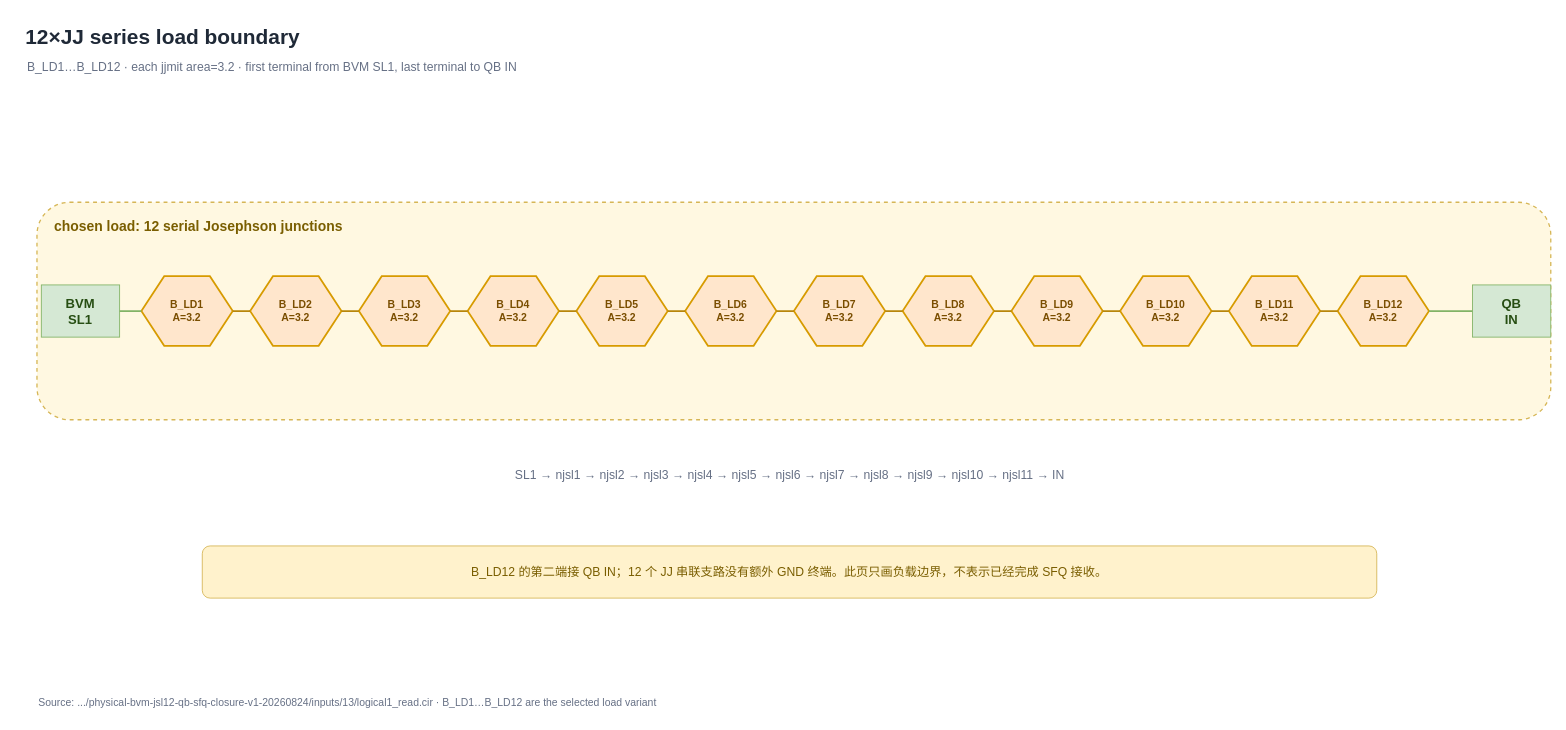
Above: page "12JJ load boundary" (3 of 3) of circuits/toplogy/bvm-jsl12-topology.drawio in WHHoward/bvm (draw.io), before the change. Source tidied: cells renumbered, new cells numbered last; positions are measured from the earlier drawing's top-left corner, leaving out a move shared by most shapes. Both pictures are drawn from the tidied source at 87%, with x=0, y=0 at pixel (23, 19).
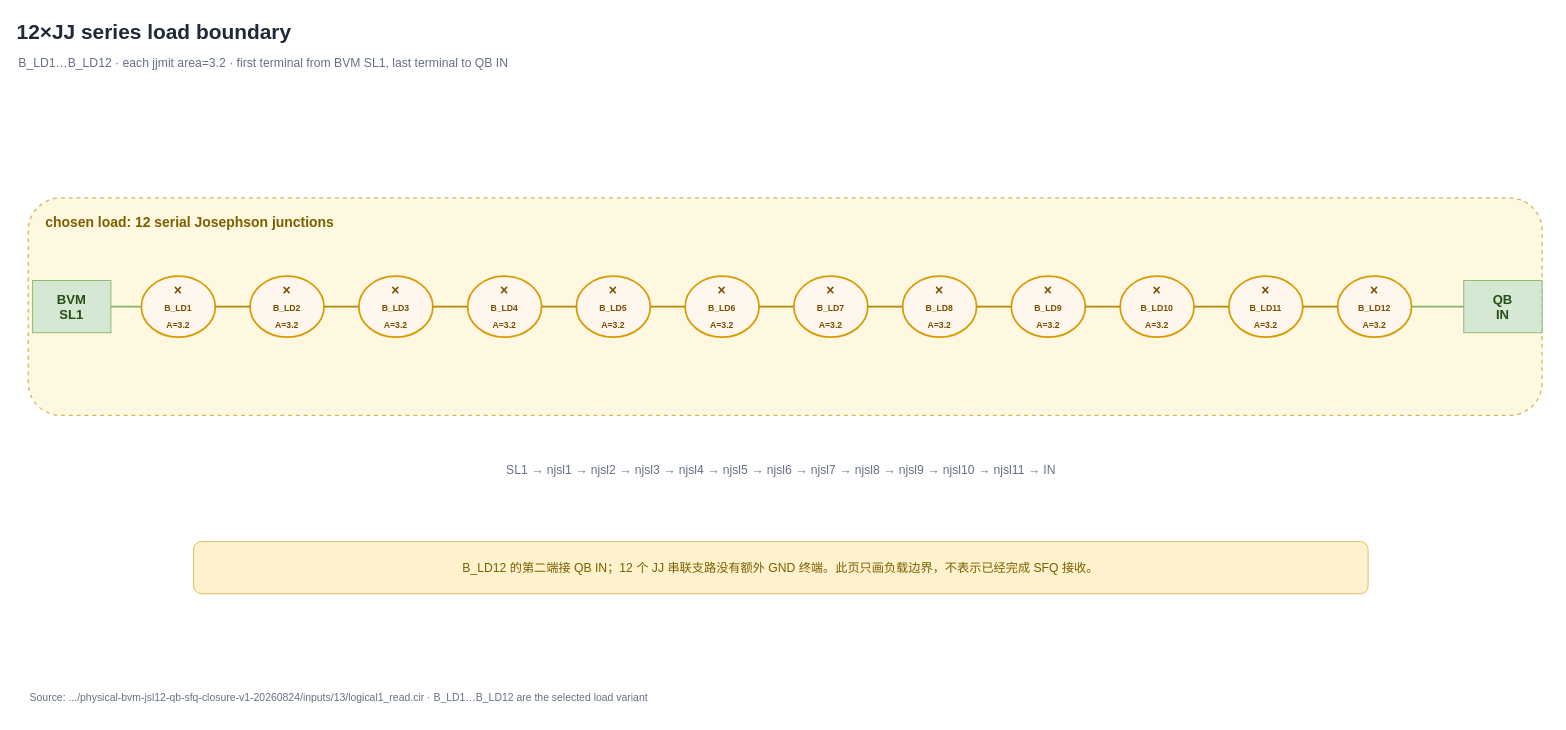
The same page after the edit.

Diff of the diagram source:
```diff
@@
     <mxCell id="2" value="12×JJ series load boundary" style="text;html=1;strokeColor=none;fillColor=none;align=left;verticalAlign=middle;fontSize=24;fontStyle=1;fontColor=#1f2937;" parent="1" vertex="1">
-      <mxGeometry width="800" height="40" as="geometry" />
+      <mxGeometry x="-10" y="-5" width="800" height="40" as="geometry" />
     </mxCell>
     <mxCell id="3" value="B_LD1…B_LD12 · each jjmit area=3.2 · first terminal from BVM SL1, last terminal to QB IN" style="text;html=1;strokeColor=none;fillColor=none;align=left;verticalAlign=middle;fontSize=14;fontColor=#667085;" parent="1" vertex="1">
-      <mxGeometry x="2" y="40" width="1300" height="30" as="geometry" />
+      <mxGeometry x="-8" y="35" width="1300" height="30" as="geometry" />
     </mxCell>
     <mxCell id="4" value="chosen load: 12 serial Josephson junctions" style="rounded=1;whiteSpace=wrap;html=1;fillColor=#fff8e1;strokeColor=#d6b656;dashed=1;strokeWidth=1.5;fontSize=16;fontStyle=1;fontColor=#7a5e00;verticalAlign=top;align=left;spacingLeft=18;spacingTop=12;" parent="1" vertex="1">
-      <mxGeometry x="15" y="210" width="1740" height="250" as="geometry" />
+      <mxGeometry x="5" y="205" width="1740" height="250" as="geometry" />
     </mxCell>
     <mxCell id="5" value="BVM&lt;br&gt;SL1" style="rounded=0;whiteSpace=wrap;html=1;fillColor=#d5e8d4;strokeColor=#82b366;fontSize=15;fontStyle=1;fontColor=#274e13;" parent="1" vertex="1">
-      <mxGeometry x="20" y="305" width="90" height="60" as="geometry" />
+      <mxGeometry x="10" y="300" width="90" height="60" as="geometry" />
     </mxCell>
     <mxCell id="6" value="QB&lt;br&gt;IN" style="rounded=0;whiteSpace=wrap;html=1;fillColor=#d5e8d4;strokeColor=#82b366;fontSize=15;fontStyle=1;fontColor=#274e13;" parent="1" vertex="1">
-      <mxGeometry x="1665" y="305" width="90" height="60" as="geometry" />
+      <mxGeometry x="1655" y="300" width="90" height="60" as="geometry" />
     </mxCell>
-    <mxCell id="7" value="B_LD1&lt;br&gt;A=3.2" style="shape=hexagon;perimeter=hexagonPerimeter;whiteSpace=wrap;html=1;fillColor=#ffe6cc;strokeColor=#d79b00;strokeWidth=2;fontSize=12;fontStyle=1;fontColor=#7a4e00;" parent="1" vertex="1">
-      <mxGeometry x="135" y="295" width="105" height="80" as="geometry" />
+    <mxCell id="7" value="×&lt;br&gt;&lt;font style=&quot;font-size:10px&quot;&gt;B_LD1&lt;br&gt;A=3.2&lt;/font&gt;" style="ellipse;whiteSpace=wrap;html=1;fillColor=#fff7ed;strokeColor=#d79b00;strokeWidth=2;fontSize=16;fontStyle=1;fontColor=#7a4e00;align=center;verticalAlign=middle;" parent="1" vertex="1">
+      <mxGeometry x="135" y="295" width="85" height="70" as="geometry" />
     </mxCell>
-    <mxCell id="8" value="B_LD2&lt;br&gt;A=3.2" style="shape=hexagon;perimeter=hexagonPerimeter;whiteSpace=wrap;html=1;fillColor=#ffe6cc;strokeColor=#d79b00;strokeWidth=2;fontSize=12;fontStyle=1;fontColor=#7a4e00;" parent="1" vertex="1">
-      <mxGeometry x="260" y="295" width="105" height="80" as="geometry" />
+    <mxCell id="8" value="×&lt;br&gt;&lt;font style=&quot;font-size:10px&quot;&gt;B_LD2&lt;br&gt;A=3.2&lt;/font&gt;" style="ellipse;whiteSpace=wrap;html=1;fillColor=#fff7ed;strokeColor=#d79b00;strokeWidth=2;fontSize=16;fontStyle=1;fontColor=#7a4e00;align=center;verticalAlign=middle;" parent="1" vertex="1">
+      <mxGeometry x="260" y="295" width="85" height="70" as="geometry" />
     </mxCell>
-    <mxCell id="9" value="B_LD3&lt;br&gt;A=3.2" style="shape=hexagon;perimeter=hexagonPerimeter;whiteSpace=wrap;html=1;fillColor=#ffe6cc;strokeColor=#d79b00;strokeWidth=2;fontSize=12;fontStyle=1;fontColor=#7a4e00;" parent="1" vertex="1">
-      <mxGeometry x="385" y="295" width="105" height="80" as="geometry" />
+    <mxCell id="9" value="×&lt;br&gt;&lt;font style=&quot;font-size:10px&quot;&gt;B_LD3&lt;br&gt;A=3.2&lt;/font&gt;" style="ellipse;whiteSpace=wrap;html=1;fillColor=#fff7ed;strokeColor=#d79b00;strokeWidth=2;fontSize=16;fontStyle=1;fontColor=#7a4e00;align=center;verticalAlign=middle;" parent="1" vertex="1">
+      <mxGeometry x="385" y="295" width="85" height="70" as="geometry" />
     </mxCell>
-    <mxCell id="10" value="B_LD4&lt;br&gt;A=3.2" style="shape=hexagon;perimeter=hexagonPerimeter;whiteSpace=wrap;html=1;fillColor=#ffe6cc;strokeColor=#d79b00;strokeWidth=2;fontSize=12;fontStyle=1;fontColor=#7a4e00;" parent="1" vertex="1">
-      <mxGeometry x="510" y="295" width="105" height="80" as="geometry" />
+    <mxCell id="10" value="×&lt;br&gt;&lt;font style=&quot;font-size:10px&quot;&gt;B_LD4&lt;br&gt;A=3.2&lt;/font&gt;" style="ellipse;whiteSpace=wrap;html=1;fillColor=#fff7ed;strokeColor=#d79b00;strokeWidth=2;fontSize=16;fontStyle=1;fontColor=#7a4e00;align=center;verticalAlign=middle;" parent="1" vertex="1">
+      <mxGeometry x="510" y="295" width="85" height="70" as="geometry" />
     </mxCell>
-    <mxCell id="11" value="B_LD5&lt;br&gt;A=3.2" style="shape=hexagon;perimeter=hexagonPerimeter;whiteSpace=wrap;html=1;fillColor=#ffe6cc;strokeColor=#d79b00;strokeWidth=2;fontSize=12;fontStyle=1;fontColor=#7a4e00;" parent="1" vertex="1">
-      <mxGeometry x="635" y="295" width="105" height="80" as="geometry" />
+    <mxCell id="11" value="×&lt;br&gt;&lt;font style=&quot;font-size:10px&quot;&gt;B_LD5&lt;br&gt;A=3.2&lt;/font&gt;" style="ellipse;whiteSpace=wrap;html=1;fillColor=#fff7ed;strokeColor=#d79b00;strokeWidth=2;fontSize=16;fontStyle=1;fontColor=#7a4e00;align=center;verticalAlign=middle;" parent="1" vertex="1">
+      <mxGeometry x="635" y="295" width="85" height="70" as="geometry" />
     </mxCell>
-    <mxCell id="12" value="B_LD6&lt;br&gt;A=3.2" style="shape=hexagon;perimeter=hexagonPerimeter;whiteSpace=wrap;html=1;fillColor=#ffe6cc;strokeColor=#d79b00;strokeWidth=2;fontSize=12;fontStyle=1;fontColor=#7a4e00;" parent="1" vertex="1">
-      <mxGeometry x="760" y="295" width="105" height="80" as="geometry" />
+    <mxCell id="12" value="×&lt;br&gt;&lt;font style=&quot;font-size:10px&quot;&gt;B_LD6&lt;br&gt;A=3.2&lt;/font&gt;" style="ellipse;whiteSpace=wrap;html=1;fillColor=#fff7ed;strokeColor=#d79b00;strokeWidth=2;fontSize=16;fontStyle=1;fontColor=#7a4e00;align=center;verticalAlign=middle;" parent="1" vertex="1">
+      <mxGeometry x="760" y="295" width="85" height="70" as="geometry" />
     </mxCell>
-    <mxCell id="13" value="B_LD7&lt;br&gt;A=3.2" style="shape=hexagon;perimeter=hexagonPerimeter;whiteSpace=wrap;html=1;fillColor=#ffe6cc;strokeColor=#d79b00;strokeWidth=2;fontSize=12;fontStyle=1;fontColor=#7a4e00;" parent="1" vertex="1">
-      <mxGeometry x="885" y="295" width="105" height="80" as="geometry" />
+    <mxCell id="13" value="×&lt;br&gt;&lt;font style=&quot;font-size:10px&quot;&gt;B_LD7&lt;br&gt;A=3.2&lt;/font&gt;" style="ellipse;whiteSpace=wrap;html=1;fillColor=#fff7ed;strokeColor=#d79b00;strokeWidth=2;fontSize=16;fontStyle=1;fontColor=#7a4e00;align=center;verticalAlign=middle;" parent="1" vertex="1">
+      <mxGeometry x="885" y="295" width="85" height="70" as="geometry" />
     </mxCell>
-    <mxCell id="14" value="B_LD8&lt;br&gt;A=3.2" style="shape=hexagon;perimeter=hexagonPerimeter;whiteSpace=wrap;html=1;fillColor=#ffe6cc;strokeColor=#d79b00;strokeWidth=2;fontSize=12;fontStyle=1;fontColor=#7a4e00;" parent="1" vertex="1">
-      <mxGeometry x="1010" y="295" width="105" height="80" as="geometry" />
+    <mxCell id="14" value="×&lt;br&gt;&lt;font style=&quot;font-size:10px&quot;&gt;B_LD8&lt;br&gt;A=3.2&lt;/font&gt;" style="ellipse;whiteSpace=wrap;html=1;fillColor=#fff7ed;strokeColor=#d79b00;strokeWidth=2;fontSize=16;fontStyle=1;fontColor=#7a4e00;align=center;verticalAlign=middle;" parent="1" vertex="1">
+      <mxGeometry x="1010" y="295" width="85" height="70" as="geometry" />
     </mxCell>
-    <mxCell id="15" value="B_LD9&lt;br&gt;A=3.2" style="shape=hexagon;perimeter=hexagonPerimeter;whiteSpace=wrap;html=1;fillColor=#ffe6cc;strokeColor=#d79b00;strokeWidth=2;fontSize=12;fontStyle=1;fontColor=#7a4e00;" parent="1" vertex="1">
-      <mxGeometry x="1135" y="295" width="105" height="80" as="geometry" />
+    <mxCell id="15" value="×&lt;br&gt;&lt;font style=&quot;font-size:10px&quot;&gt;B_LD9&lt;br&gt;A=3.2&lt;/font&gt;" style="ellipse;whiteSpace=wrap;html=1;fillColor=#fff7ed;strokeColor=#d79b00;strokeWidth=2;fontSize=16;fontStyle=1;fontColor=#7a4e00;align=center;verticalAlign=middle;" parent="1" vertex="1">
+      <mxGeometry x="1135" y="295" width="85" height="70" as="geometry" />
     </mxCell>
-    <mxCell id="16" value="B_LD10&lt;br&gt;A=3.2" style="shape=hexagon;perimeter=hexagonPerimeter;whiteSpace=wrap;html=1;fillColor=#ffe6cc;strokeColor=#d79b00;strokeWidth=2;fontSize=12;fontStyle=1;fontColor=#7a4e00;" parent="1" vertex="1">
-      <mxGeometry x="1260" y="295" width="105" height="80" as="geometry" />
+    <mxCell id="16" value="×&lt;br&gt;&lt;font style=&quot;font-size:10px&quot;&gt;B_LD10&lt;br&gt;A=3.2&lt;/font&gt;" style="ellipse;whiteSpace=wrap;html=1;fillColor=#fff7ed;strokeColor=#d79b00;strokeWidth=2;fontSize=16;fontStyle=1;fontColor=#7a4e00;align=center;verticalAlign=middle;" parent="1" vertex="1">
+      <mxGeometry x="1260" y="295" width="85" height="70" as="geometry" />
     </mxCell>
-    <mxCell id="17" value="B_LD11&lt;br&gt;A=3.2" style="shape=hexagon;perimeter=hexagonPerimeter;whiteSpace=wrap;html=1;fillColor=#ffe6cc;strokeColor=#d79b00;strokeWidth=2;fontSize=12;fontStyle=1;fontColor=#7a4e00;" parent="1" vertex="1">
-      <mxGeometry x="1385" y="295" width="105" height="80" as="geometry" />
+    <mxCell id="17" value="×&lt;br&gt;&lt;font style=&quot;font-size:10px&quot;&gt;B_LD11&lt;br&gt;A=3.2&lt;/font&gt;" style="ellipse;whiteSpace=wrap;html=1;fillColor=#fff7ed;strokeColor=#d79b00;strokeWidth=2;fontSize=16;fontStyle=1;fontColor=#7a4e00;align=center;verticalAlign=middle;" parent="1" vertex="1">
+      <mxGeometry x="1385" y="295" width="85" height="70" as="geometry" />
     </mxCell>
-    <mxCell id="18" value="B_LD12&lt;br&gt;A=3.2" style="shape=hexagon;perimeter=hexagonPerimeter;whiteSpace=wrap;html=1;fillColor=#ffe6cc;strokeColor=#d79b00;strokeWidth=2;fontSize=12;fontStyle=1;fontColor=#7a4e00;" parent="1" vertex="1">
-      <mxGeometry x="1510" y="295" width="105" height="80" as="geometry" />
+    <mxCell id="18" value="×&lt;br&gt;&lt;font style=&quot;font-size:10px&quot;&gt;B_LD12&lt;br&gt;A=3.2&lt;/font&gt;" style="ellipse;whiteSpace=wrap;html=1;fillColor=#fff7ed;strokeColor=#d79b00;strokeWidth=2;fontSize=16;fontStyle=1;fontColor=#7a4e00;align=center;verticalAlign=middle;" parent="1" vertex="1">
+      <mxGeometry x="1510" y="295" width="85" height="70" as="geometry" />
     </mxCell>
@@
     <mxCell id="32" value="SL1 → njsl1 → njsl2 → njsl3 → njsl4 → njsl5 → njsl6 → njsl7 → njsl8 → njsl9 → njsl10 → njsl11 → IN" style="text;html=1;strokeColor=none;fillColor=none;align=center;verticalAlign=middle;fontSize=14;fontColor=#667085;" parent="1" vertex="1">
-      <mxGeometry x="125" y="505" width="1510" height="35" as="geometry" />
+      <mxGeometry x="115" y="500" width="1510" height="35" as="geometry" />
     </mxCell>
     <mxCell id="33" value="B_LD12 的第二端接 QB IN；12 个 JJ 串联支路没有额外 GND 终端。此页只画负载边界，不表示已经完成 SFQ 接收。" style="rounded=1;whiteSpace=wrap;html=1;fillColor=#fff2cc;strokeColor=#d6b656;fontSize=14;fontColor=#7a5e00;" parent="1" vertex="1">
-      <mxGeometry x="205" y="605" width="1350" height="60" as="geometry" />
+      <mxGeometry x="195" y="600" width="1350" height="60" as="geometry" />
     </mxCell>
     <mxCell id="34" value="Source: .../physical-bvm-jsl12-qb-sfq-closure-v1-20260824/inputs/13/logical1_read.cir · B_LD1…B_LD12 are the selected load variant" style="text;html=1;strokeColor=none;fillColor=none;align=left;verticalAlign=middle;fontSize=12;fontColor=#667085;" parent="1" vertex="1">
-      <mxGeometry x="15" y="770" width="1700" height="30" as="geometry" />
+      <mxGeometry x="5" y="765" width="1700" height="30" as="geometry" />
     </mxCell>
```
